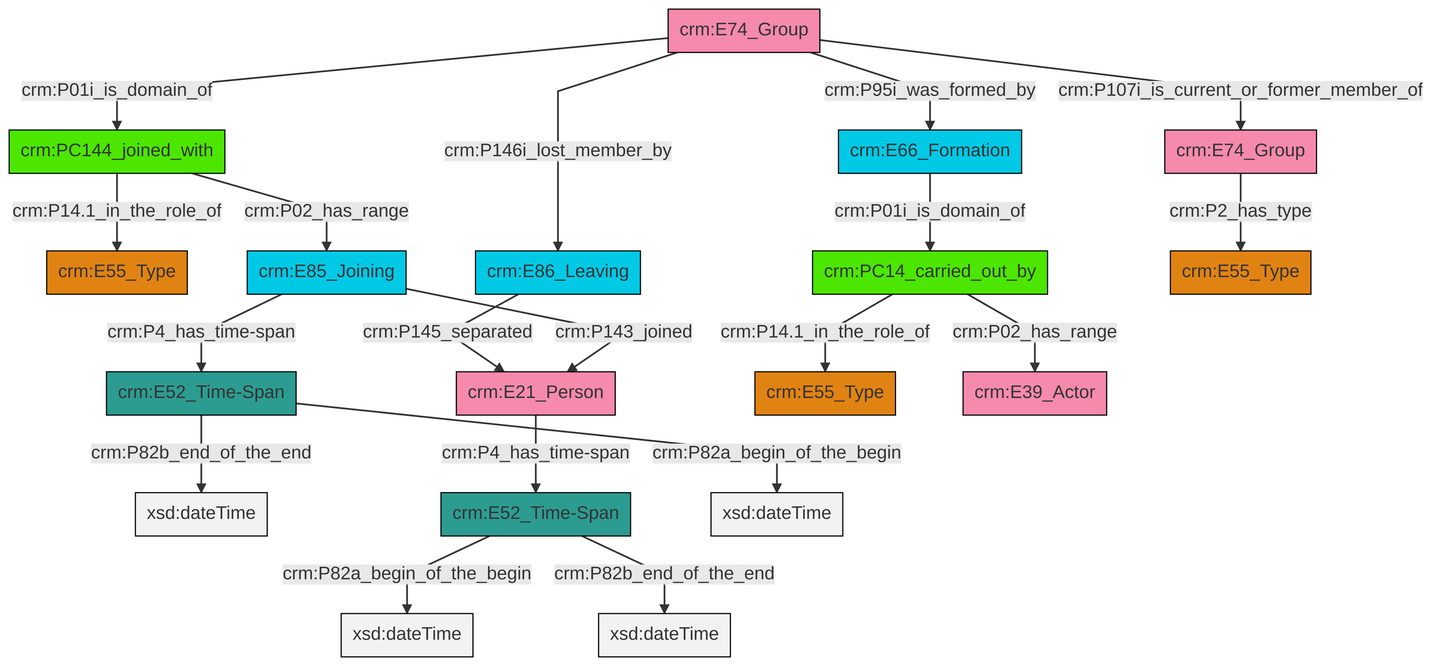
Earlier version of the Mermaid export et/groupCSV/ttl/mmd/png/group_actor_relations.png (swiss-art-research-net/docs.swissartresearch). Its source is kept beside it as et/groupCSV/ttl/mmd/group_actor_relations.ttl.mmd.
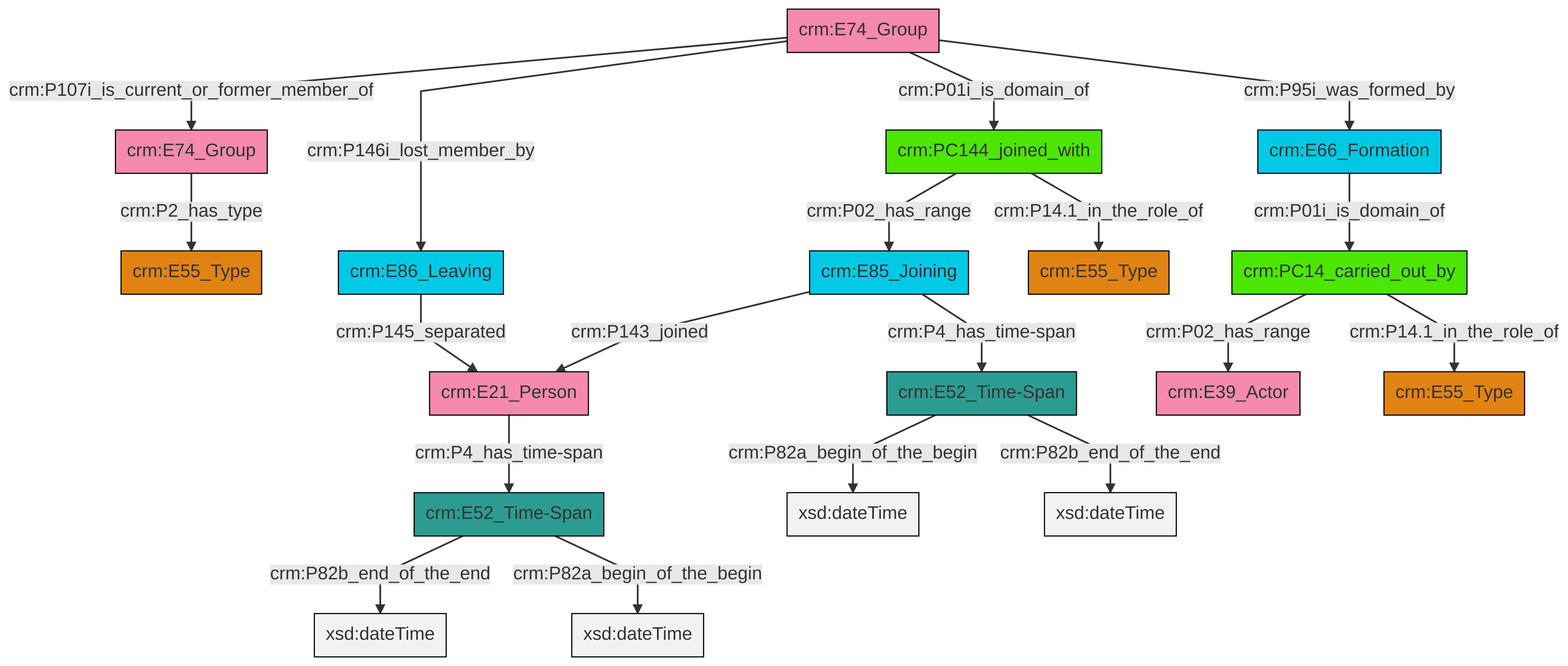
After the change.

Diff of the diagram source:
```diff
@@ -13,21 +13,21 @@
 classDef PC_Classes fill:#4ce600, stroke:#000000;
 classDef Multi fill:#cccccc,stroke:#000000;
 
-2["crm:E85_Joining"]:::Temporal_Entity -->|crm:P4_has_time-span| 3["crm:E52_Time-Span"]:::Time-Span
-3["crm:E52_Time-Span"]:::Time-Span -->|crm:P82b_end_of_the_end| 4[xsd:dateTime]:::Literal
-5["crm:PC144_joined_with"]:::PC_Classes -->|crm:P02_has_range| 2["crm:E85_Joining"]:::Temporal_Entity
-6["crm:E52_Time-Span"]:::Time-Span -->|crm:P82a_begin_of_the_begin| 7[xsd:dateTime]:::Literal
-21["crm:E74_Group"]:::Actor -->|crm:P01i_is_domain_of| 5["crm:PC144_joined_with"]:::PC_Classes
-21["crm:E74_Group"]:::Actor -->|crm:P107i_is_current_or_former_member_of| 12["crm:E74_Group"]:::Actor
-3["crm:E52_Time-Span"]:::Time-Span -->|crm:P82a_begin_of_the_begin| 24[xsd:dateTime]:::Literal
-25["crm:E86_Leaving"]:::Temporal_Entity -->|crm:P145_separated| 8["crm:E21_Person"]:::Actor
-6["crm:E52_Time-Span"]:::Time-Span -->|crm:P82b_end_of_the_end| 26[xsd:dateTime]:::Literal
-5["crm:PC144_joined_with"]:::PC_Classes -->|crm:P14.1_in_the_role_of| 0["crm:E55_Type"]:::Type
-14["crm:E66_Formation"]:::Temporal_Entity -->|crm:P01i_is_domain_of| 18["crm:PC14_carried_out_by"]:::PC_Classes
-2["crm:E85_Joining"]:::Temporal_Entity -->|crm:P143_joined| 8["crm:E21_Person"]:::Actor
-12["crm:E74_Group"]:::Actor -->|crm:P2_has_type| 27["crm:E55_Type"]:::Type
-21["crm:E74_Group"]:::Actor -->|crm:P95i_was_formed_by| 14["crm:E66_Formation"]:::Temporal_Entity
-8["crm:E21_Person"]:::Actor -->|crm:P4_has_time-span| 6["crm:E52_Time-Span"]:::Time-Span
-18["crm:PC14_carried_out_by"]:::PC_Classes -->|crm:P14.1_in_the_role_of| 10["crm:E55_Type"]:::Type
-18["crm:PC14_carried_out_by"]:::PC_Classes -->|crm:P02_has_range| 33["crm:E39_Actor"]:::Actor
-21["crm:E74_Group"]:::Actor -->|crm:P146i_lost_member_by| 25["crm:E86_Leaving"]:::Temporal_Entity
+8["crm:E74_Group"]:::Actor -->|crm:P107i_is_current_or_former_member_of| 0["crm:E74_Group"]:::Actor
+8["crm:E74_Group"]:::Actor -->|crm:P146i_lost_member_by| 11["crm:E86_Leaving"]:::Temporal_Entity
+11["crm:E86_Leaving"]:::Temporal_Entity -->|crm:P145_separated| 2["crm:E21_Person"]:::Actor
+12["crm:PC14_carried_out_by"]:::PC_Classes -->|crm:P02_has_range| 9["crm:E39_Actor"]:::Actor
+15["crm:PC144_joined_with"]:::PC_Classes -->|crm:P02_has_range| 13["crm:E85_Joining"]:::Temporal_Entity
+2["crm:E21_Person"]:::Actor -->|crm:P4_has_time-span| 18["crm:E52_Time-Span"]:::Time-Span
+15["crm:PC144_joined_with"]:::PC_Classes -->|crm:P14.1_in_the_role_of| 6["crm:E55_Type"]:::Type
+19["crm:E52_Time-Span"]:::Time-Span -->|crm:P82a_begin_of_the_begin| 21[xsd:dateTime]:::Literal
+8["crm:E74_Group"]:::Actor -->|crm:P01i_is_domain_of| 15["crm:PC144_joined_with"]:::PC_Classes
+0["crm:E74_Group"]:::Actor -->|crm:P2_has_type| 22["crm:E55_Type"]:::Type
+13["crm:E85_Joining"]:::Temporal_Entity -->|crm:P143_joined| 2["crm:E21_Person"]:::Actor
+12["crm:PC14_carried_out_by"]:::PC_Classes -->|crm:P14.1_in_the_role_of| 4["crm:E55_Type"]:::Type
+19["crm:E52_Time-Span"]:::Time-Span -->|crm:P82b_end_of_the_end| 24[xsd:dateTime]:::Literal
+13["crm:E85_Joining"]:::Temporal_Entity -->|crm:P4_has_time-span| 19["crm:E52_Time-Span"]:::Time-Span
+8["crm:E74_Group"]:::Actor -->|crm:P95i_was_formed_by| 25["crm:E66_Formation"]:::Temporal_Entity
+25["crm:E66_Formation"]:::Temporal_Entity -->|crm:P01i_is_domain_of| 12["crm:PC14_carried_out_by"]:::PC_Classes
+18["crm:E52_Time-Span"]:::Time-Span -->|crm:P82b_end_of_the_end| 30[xsd:dateTime]:::Literal
+18["crm:E52_Time-Span"]:::Time-Span -->|crm:P82a_begin_of_the_begin| 32[xsd:dateTime]:::Literal
```
